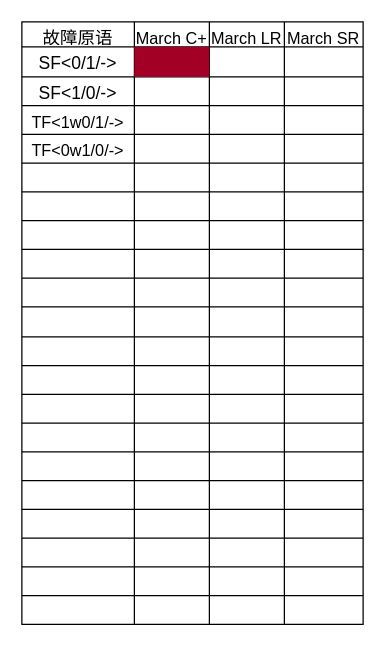
This is doc/compare.drawio from shanshan-lu/homwork, a draw.io file, before an edit. Source tidied: cells renumbered, new cells numbered last; positions are measured from the earlier drawing's top-left corner, leaving out a move shared by most shapes. Both pictures are drawn from the tidied source at 125%, with x=0, y=0 at pixel (21, 21).
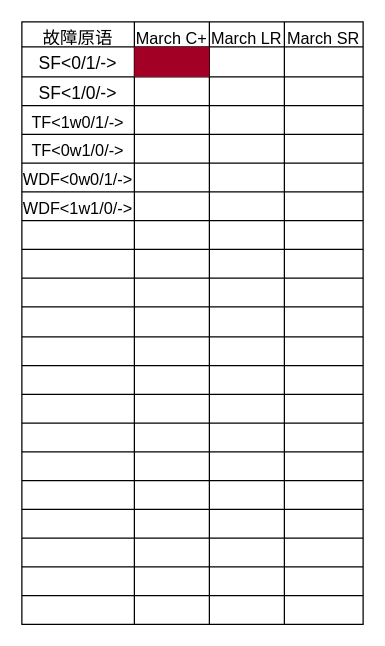
Above is the later version.

The change refers to these unchanged cells:
```xml
<mxCell id="28" style="shape=tableRow;horizontal=0;startSize=0;swimlaneHead=0;swimlaneBody=0;strokeColor=inherit;top=0;left=0;bottom=0;right=0;fillColor=none;fontSize=16;" parent="2" vertex="1">
  <mxGeometry y="113" width="273" height="23" as="geometry" />
</mxCell>
<mxCell id="33" style="shape=tableRow;horizontal=0;startSize=0;swimlaneHead=0;swimlaneBody=0;strokeColor=inherit;top=0;left=0;bottom=0;right=0;fillColor=none;fontSize=16;" parent="2" vertex="1">
  <mxGeometry y="136" width="273" height="23" as="geometry" />
</mxCell>
```

Change to the diagram source:
```diff
@@
-    <mxCell id="29" style="shape=partialRectangle;html=1;whiteSpace=wrap;strokeColor=inherit;overflow=hidden;fillColor=none;top=0;left=0;bottom=0;right=0;fontSize=16;" parent="28" vertex="1">
+    <mxCell id="29" value="&lt;font style=&quot;font-size: 13px;&quot;&gt;WDF&amp;lt;0w0/1/-&amp;gt;&lt;/font&gt;" style="shape=partialRectangle;html=1;whiteSpace=wrap;strokeColor=inherit;overflow=hidden;fillColor=none;top=0;left=0;bottom=0;right=0;fontSize=16;" parent="28" vertex="1">
       <mxGeometry width="90" height="23" as="geometry" />
     </mxCell>
@@
-    <mxCell id="34" style="shape=partialRectangle;html=1;whiteSpace=wrap;strokeColor=inherit;overflow=hidden;fillColor=none;top=0;left=0;bottom=0;right=0;fontSize=16;" parent="33" vertex="1">
+    <mxCell id="34" value="&lt;font style=&quot;font-size: 13px;&quot;&gt;WDF&amp;lt;1w1/0/-&amp;gt;&lt;/font&gt;" style="shape=partialRectangle;html=1;whiteSpace=wrap;strokeColor=inherit;overflow=hidden;fillColor=none;top=0;left=0;bottom=0;right=0;fontSize=16;" parent="33" vertex="1">
       <mxGeometry width="90" height="23" as="geometry" />
     </mxCell>
```
